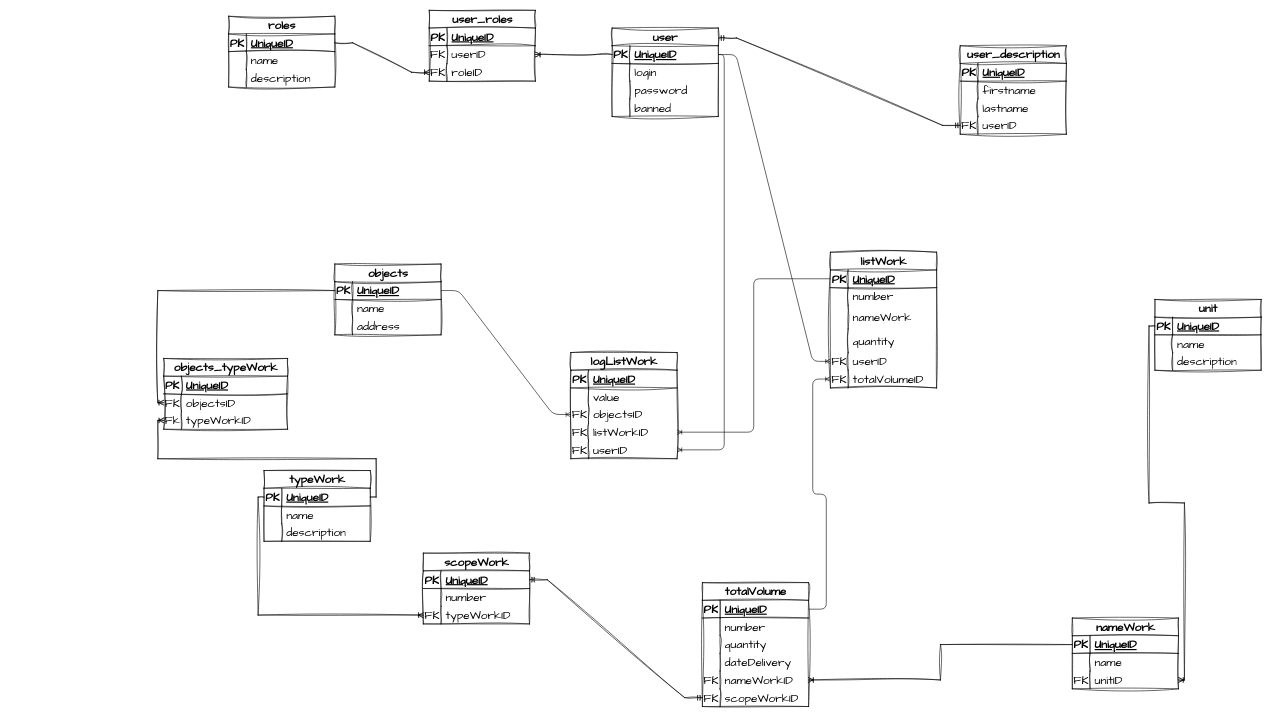
Before: scope.drawio in roman-kiselev/scopeWork, a draw.io diagram. Source tidied: cells renumbered, new cells numbered last; positions are measured from the earlier drawing's top-left corner, leaving out a move shared by most shapes. Both pictures are drawn from the tidied source at 59%, with x=0, y=0 at pixel (163, 10).
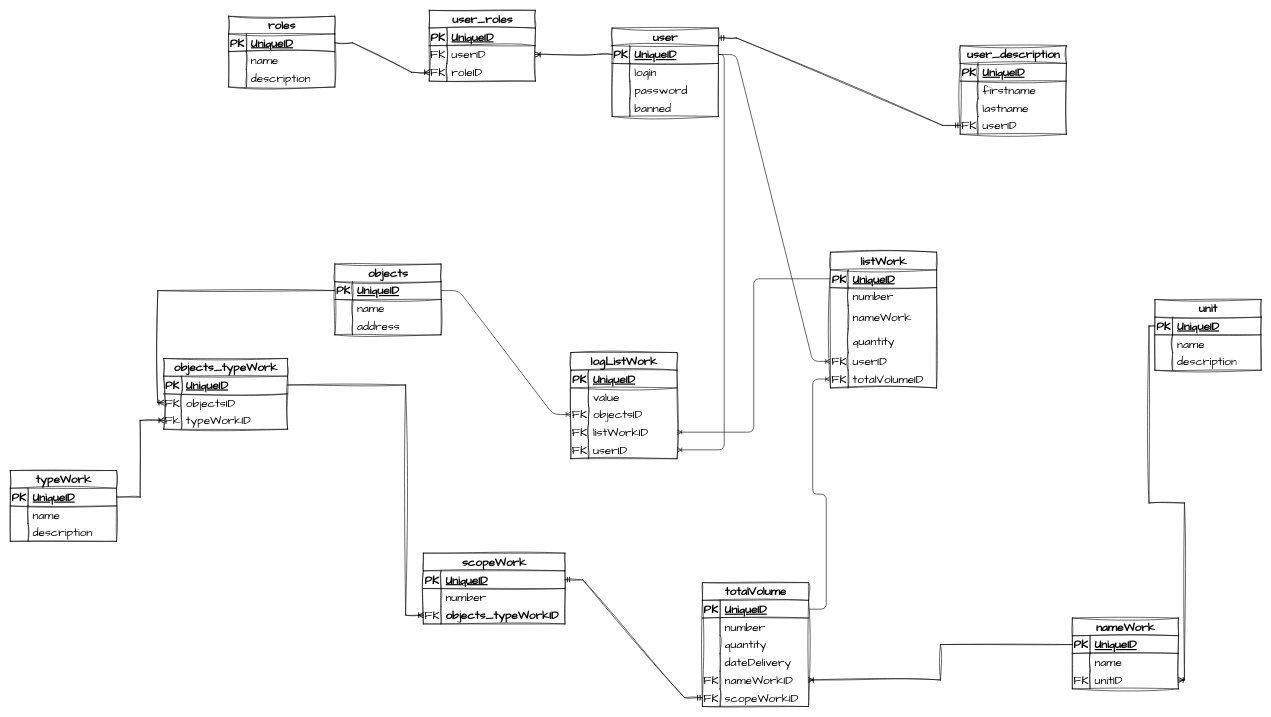
Above is the later version.

Unchanged cells that the change refers to:
```xml
<mxCell id="92" style="shape=tableRow;horizontal=0;startSize=0;swimlaneHead=0;swimlaneBody=0;fillColor=none;points=[[0,0.5],[1,0.5]];portConstraint=eastwest;top=0;left=0;right=0;bottom=1;sketch=1;hachureGap=4;jiggle=2;curveFitting=1;fontFamily=Architects Daughter;fontSize=20;" parent="91" vertex="1">
  <mxGeometry y="30" width="180" height="30" as="geometry" />
</mxCell>
<mxCell id="102" style="shape=tableRow;horizontal=0;startSize=0;swimlaneHead=0;swimlaneBody=0;fillColor=none;points=[[0,0.5],[1,0.5]];portConstraint=eastwest;top=0;left=0;right=0;bottom=1;sketch=1;hachureGap=4;jiggle=2;curveFitting=1;fontFamily=Architects Daughter;fontSize=20;" parent="101" vertex="1">
  <mxGeometry y="30" width="210" height="30" as="geometry" />
</mxCell>
```

Change to the diagram source:
```diff
@@
     <mxCell id="61" value="scopeWork" style="shape=table;startSize=30;childLayout=tableLayout;rowLines=0;fontStyle=1;align=center;html=1;sketch=1;hachureGap=4;jiggle=2;curveFitting=1;fontFamily=Architects Daughter;fontSize=20;" parent="1" vertex="1">
-      <mxGeometry x="440" y="920" width="180" height="120" as="geometry" />
+      <mxGeometry x="440" y="920" width="240" height="120" as="geometry" />
     </mxCell>
     <mxCell id="62" style="shape=tableRow;horizontal=0;startSize=0;swimlaneHead=0;swimlaneBody=0;fillColor=none;points=[[0,0.5],[1,0.5]];portConstraint=eastwest;top=0;left=0;right=0;bottom=1;sketch=1;hachureGap=4;jiggle=2;curveFitting=1;fontFamily=Architects Daughter;fontSize=20;" parent="61" vertex="1">
-      <mxGeometry y="30" width="180" height="30" as="geometry" />
+      <mxGeometry y="30" width="240" height="30" as="geometry" />
     </mxCell>
@@
     <mxCell id="64" value="UniqueID" style="shape=partialRectangle;fillColor=none;top=0;left=0;bottom=0;right=0;align=left;spacingLeft=6;fontStyle=5;overflow=hidden;whiteSpace=wrap;html=1;sketch=1;hachureGap=4;jiggle=2;curveFitting=1;fontFamily=Architects Daughter;fontSize=20;" parent="62" vertex="1">
-      <mxGeometry x="30" width="150" height="30" as="geometry" />
+      <mxGeometry x="30" width="210" height="30" as="geometry" />
     </mxCell>
     <mxCell id="65" style="shape=tableRow;horizontal=0;startSize=0;swimlaneHead=0;swimlaneBody=0;fillColor=none;top=0;left=0;right=0;bottom=0;sketch=1;hachureGap=4;jiggle=2;curveFitting=1;fontFamily=Architects Daughter;fontSize=20;" parent="61" vertex="1">
-      <mxGeometry y="60" width="180" height="30" as="geometry" />
+      <mxGeometry y="60" width="240" height="30" as="geometry" />
     </mxCell>
@@
     <mxCell id="67" value="number" style="shape=partialRectangle;fillColor=none;top=0;left=0;bottom=0;right=0;align=left;spacingLeft=6;overflow=hidden;whiteSpace=wrap;html=1;sketch=1;hachureGap=4;jiggle=2;curveFitting=1;fontFamily=Architects Daughter;fontSize=20;" parent="65" vertex="1">
-      <mxGeometry x="30" width="150" height="30" as="geometry" />
+      <mxGeometry x="30" width="210" height="30" as="geometry" />
     </mxCell>
     <mxCell id="68" style="shape=tableRow;horizontal=0;startSize=0;swimlaneHead=0;swimlaneBody=0;fillColor=none;points=[[0,0.5],[1,0.5]];portConstraint=eastwest;top=0;left=0;right=0;bottom=0;sketch=1;hachureGap=4;jiggle=2;curveFitting=1;fontFamily=Architects Daughter;fontSize=20;" parent="61" vertex="1">
-      <mxGeometry y="90" width="180" height="30" as="geometry" />
+      <mxGeometry y="90" width="240" height="30" as="geometry" />
     </mxCell>
@@
-    <mxCell id="70" value="typeWorkID" style="shape=partialRectangle;fillColor=none;top=0;left=0;bottom=0;right=0;align=left;spacingLeft=6;overflow=hidden;whiteSpace=wrap;html=1;sketch=1;hachureGap=4;jiggle=2;curveFitting=1;fontFamily=Architects Daughter;fontSize=20;" parent="68" vertex="1">
-      <mxGeometry x="30" width="150" height="30" as="geometry" />
+    <mxCell id="70" value="&lt;span style=&quot;font-weight: 700; text-align: center;&quot;&gt;objects_typeWorkID&lt;/span&gt;" style="shape=partialRectangle;fillColor=none;top=0;left=0;bottom=0;right=0;align=left;spacingLeft=6;overflow=hidden;whiteSpace=wrap;html=1;sketch=1;hachureGap=4;jiggle=2;curveFitting=1;fontFamily=Architects Daughter;fontSize=20;" parent="68" vertex="1">
+      <mxGeometry x="30" width="210" height="30" as="geometry" />
     </mxCell>
@@
     <mxCell id="91" value="typeWork" style="shape=table;startSize=30;childLayout=tableLayout;rowLines=0;fontStyle=1;align=center;html=1;sketch=1;hachureGap=4;jiggle=2;curveFitting=1;fontFamily=Architects Daughter;fontSize=20;" parent="1" vertex="1">
-      <mxGeometry x="170" y="780" width="180" height="120" as="geometry" />
+      <mxGeometry x="-260" y="780" width="180" height="120" as="geometry" />
     </mxCell>
@@
-    <mxCell id="113" style="edgeStyle=orthogonalEdgeStyle;fontSize=12;html=1;endArrow=ERoneToMany;rounded=0;sketch=1;hachureGap=4;jiggle=2;curveFitting=1;fontFamily=Architects Daughter;exitX=0;exitY=0.5;exitDx=0;exitDy=0;entryX=0;entryY=0.5;entryDx=0;entryDy=0;" parent="1" edge="1" source="92" target="68">
-      <mxGeometry relative="1" as="geometry" />
+    <mxCell id="113" style="edgeStyle=orthogonalEdgeStyle;fontSize=12;html=1;endArrow=ERoneToMany;rounded=0;sketch=1;hachureGap=4;jiggle=2;curveFitting=1;fontFamily=Architects Daughter;exitX=1;exitY=0.5;exitDx=0;exitDy=0;entryX=0;entryY=0.5;entryDx=0;entryDy=0;" parent="1" edge="1" source="102" target="68">
+      <mxGeometry relative="1" as="geometry">
+        <Array as="points">
+          <mxPoint x="410" y="635" />
+          <mxPoint x="410" y="1025" />
+        </Array>
+      </mxGeometry>
     </mxCell>
```
